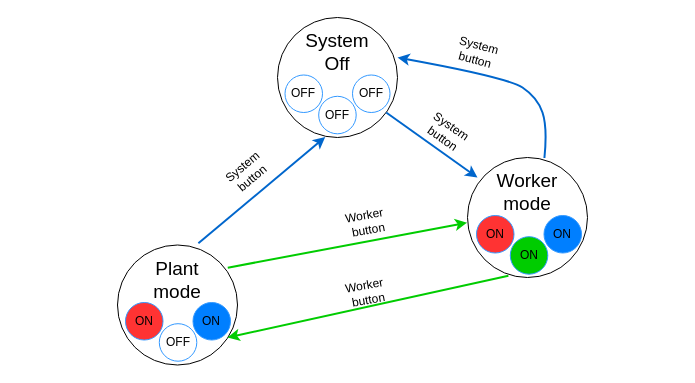
Earlier version of the draw.io diagram 2. Design Process Artifacts/Diagram_Source_Files/State_Diagram_DrawIO.drawio (Mateusz-alicante/Praxis3-PB). Source tidied: cells renumbered, new cells numbered last; positions are measured from the earlier drawing's top-left corner, leaving out a move shared by most shapes. Both pictures are drawn from the tidied source at 100%, with x=0, y=0 at pixel (117, 17).
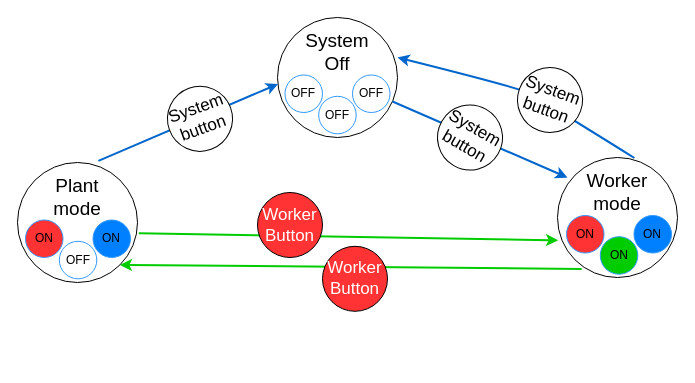
The same page after the edit.

Commit message (it also covers changes not shown here):
improved diagrams and added ed question pdf

Unchanged cells that the change refers to:
```xml
<mxCell id="2" style="ellipse;whiteSpace=wrap;html=1;" parent="1" vertex="1">
  <mxGeometry x="160" width="120" height="120" as="geometry" />
</mxCell>
```

Diff of the diagram source:
```diff
@@
     <mxCell id="8" style="ellipse;whiteSpace=wrap;html=1;" parent="1" vertex="1">
-      <mxGeometry x="350" y="140" width="120" height="120" as="geometry" />
+      <mxGeometry x="440" y="140" width="120" height="120" as="geometry" />
     </mxCell>
     <mxCell id="9" value="&lt;font style=&quot;font-size: 19px;&quot;&gt;Worker mode&lt;/font&gt;" style="text;html=1;strokeColor=none;fillColor=none;align=center;verticalAlign=middle;whiteSpace=wrap;rounded=0;" parent="1" vertex="1">
-      <mxGeometry x="375" y="160" width="70" height="30" as="geometry" />
+      <mxGeometry x="465" y="160" width="70" height="30" as="geometry" />
     </mxCell>
@@
-    <mxCell id="11" value="System button" style="text;html=1;strokeColor=none;fillColor=none;align=center;verticalAlign=middle;whiteSpace=wrap;rounded=0;rotation=35;" parent="1" vertex="1">
-      <mxGeometry x="300" y="100" width="60" height="30" as="geometry" />
-    </mxCell>
     <mxCell id="12" style="curved=1;endArrow=classic;html=1;rounded=0;exitX=0.641;exitY=0.004;exitDx=0;exitDy=0;exitPerimeter=0;entryX=1;entryY=0.333;entryDx=0;entryDy=0;entryPerimeter=0;strokeWidth=2;strokeColor=#0066CC;" parent="1" edge="1" source="8" target="2">
       <mxGeometry relative="1" as="geometry">
         <Array as="points">
-          <mxPoint x="430" y="110" />
           <mxPoint x="420" y="80" />
-          <mxPoint x="390" y="60" />
+          <mxPoint x="400" y="70" />
         </Array>
       </mxGeometry>
     </mxCell>
-    <mxCell id="13" value="System button" style="text;html=1;strokeColor=none;fillColor=none;align=center;verticalAlign=middle;whiteSpace=wrap;rounded=0;rotation=15;" parent="1" vertex="1">
-      <mxGeometry x="330" y="20" width="60" height="30" as="geometry" />
-    </mxCell>
     <mxCell id="14" style="ellipse;whiteSpace=wrap;html=1;" parent="1" vertex="1">
-      <mxGeometry y="227.5" width="120" height="120" as="geometry" />
+      <mxGeometry x="-100" y="145" width="120" height="120" as="geometry" />
     </mxCell>
     <mxCell id="15" value="&lt;font style=&quot;font-size: 19px;&quot;&gt;Plant mode&lt;/font&gt;" style="text;html=1;strokeColor=none;fillColor=none;align=center;verticalAlign=middle;whiteSpace=wrap;rounded=0;" parent="1" vertex="1">
-      <mxGeometry x="25" y="247.5" width="70" height="30" as="geometry" />
+      <mxGeometry x="-75" y="165" width="70" height="30" as="geometry" />
     </mxCell>
-    <mxCell id="16" style="endArrow=classic;html=1;rounded=0;fontSize=21;horizontal=1;entryX=0.398;entryY=0.996;entryDx=0;entryDy=0;entryPerimeter=0;fillColor=#66B2FF;fontColor=#007FFF;strokeWidth=2;strokeColor=#0066CC;exitX=0.674;exitY=-0.014;exitDx=0;exitDy=0;exitPerimeter=0;" parent="1" edge="1" source="14" target="2">
+    <mxCell id="16" style="endArrow=classic;html=1;rounded=0;fontSize=21;horizontal=1;entryX=0.005;entryY=0.554;entryDx=0;entryDy=0;entryPerimeter=0;fillColor=#66B2FF;fontColor=#007FFF;strokeWidth=2;strokeColor=#0066CC;exitX=0.674;exitY=-0.014;exitDx=0;exitDy=0;exitPerimeter=0;" parent="1" edge="1" source="14" target="2">
       <mxGeometry relative="1" as="geometry" />
     </mxCell>
-    <mxCell id="17" value="System button" style="text;html=1;strokeColor=none;fillColor=none;align=center;verticalAlign=middle;whiteSpace=wrap;rounded=0;rotation=-40;" parent="1" vertex="1">
-      <mxGeometry x="100" y="140" width="60" height="30" as="geometry" />
-    </mxCell>
-    <mxCell id="18" style="endArrow=classic;html=1;rounded=0;fontSize=21;horizontal=1;entryX=-0.003;entryY=0.543;entryDx=0;entryDy=0;entryPerimeter=0;fillColor=#66B2FF;fontColor=#007FFF;strokeWidth=2;strokeColor=#00CC00;exitX=0.919;exitY=0.189;exitDx=0;exitDy=0;exitPerimeter=0;" parent="1" edge="1" source="14" target="8">
+    <mxCell id="18" style="endArrow=classic;html=1;rounded=0;fontSize=21;horizontal=1;entryX=0.005;entryY=0.69;entryDx=0;entryDy=0;entryPerimeter=0;fillColor=#66B2FF;fontColor=#007FFF;strokeWidth=2;strokeColor=#00CC00;exitX=1.011;exitY=0.589;exitDx=0;exitDy=0;exitPerimeter=0;" parent="1" edge="1" source="14" target="8">
       <mxGeometry relative="1" as="geometry" />
     </mxCell>
-    <mxCell id="19" value="Worker&amp;nbsp;&lt;br&gt;button" style="text;html=1;strokeColor=none;fillColor=none;align=center;verticalAlign=middle;whiteSpace=wrap;rounded=0;rotation=-10;" parent="1" vertex="1">
-      <mxGeometry x="220" y="190" width="60" height="30" as="geometry" />
-    </mxCell>
-    <mxCell id="20" style="endArrow=classic;html=1;rounded=0;fontSize=21;horizontal=1;entryX=1;entryY=0.813;entryDx=0;entryDy=0;entryPerimeter=0;fillColor=#66B2FF;fontColor=#007FFF;strokeWidth=2;strokeColor=#00CC00;exitX=0.341;exitY=0.986;exitDx=0;exitDy=0;exitPerimeter=0;" parent="1" edge="1" source="8">
-      <mxGeometry relative="1" as="geometry">
-        <mxPoint x="110" y="320" as="targetPoint" />
-      </mxGeometry>
-    </mxCell>
-    <mxCell id="21" value="Worker&amp;nbsp;&lt;br&gt;button" style="text;html=1;strokeColor=none;fillColor=none;align=center;verticalAlign=middle;whiteSpace=wrap;rounded=0;rotation=-10;" parent="1" vertex="1">
-      <mxGeometry x="220" y="260" width="60" height="30" as="geometry" />
-    </mxCell>
@@
     <mxCell id="24" style="ellipse;whiteSpace=wrap;html=1;fillColor=#FF3333;strokeColor=#3399FF;fontColor=#000000;" parent="1" vertex="1">
-      <mxGeometry x="359" y="198" width="37.5" height="37.5" as="geometry" />
+      <mxGeometry x="449" y="198" width="37.5" height="37.5" as="geometry" />
     </mxCell>
     <mxCell id="25" value="ON" style="text;html=1;strokeColor=none;fillColor=none;align=center;verticalAlign=middle;whiteSpace=wrap;rounded=0;" parent="1" vertex="1">
-      <mxGeometry x="362.8" y="209.2" width="30" height="15" as="geometry" />
+      <mxGeometry x="452.8" y="209.2" width="30" height="15" as="geometry" />
     </mxCell>
     <mxCell id="26" style="ellipse;whiteSpace=wrap;html=1;fillColor=#007FFF;strokeColor=#3399FF;" parent="1" vertex="1">
-      <mxGeometry x="426.5" y="198" width="37.5" height="37.5" as="geometry" />
+      <mxGeometry x="516.5" y="198" width="37.5" height="37.5" as="geometry" />
     </mxCell>
     <mxCell id="27" value="ON" style="text;html=1;align=center;verticalAlign=middle;whiteSpace=wrap;rounded=0;fontColor=#000000;" parent="1" vertex="1">
-      <mxGeometry x="430.2" y="206.8" width="30" height="20" as="geometry" />
+      <mxGeometry x="520.2" y="206.8" width="30" height="20" as="geometry" />
     </mxCell>
     <mxCell id="28" style="ellipse;whiteSpace=wrap;html=1;fillColor=#00CC00;strokeColor=#3399FF;" parent="1" vertex="1">
-      <mxGeometry x="392.8" y="219.2" width="37.5" height="37.5" as="geometry" />
+      <mxGeometry x="482.8" y="219.2" width="37.5" height="37.5" as="geometry" />
     </mxCell>
     <mxCell id="29" value="ON" style="text;html=1;align=center;verticalAlign=middle;whiteSpace=wrap;rounded=0;fontColor=#000000;" parent="1" vertex="1">
-      <mxGeometry x="396.5" y="228" width="30" height="20" as="geometry" />
+      <mxGeometry x="486.5" y="228" width="30" height="20" as="geometry" />
     </mxCell>
     <mxCell id="30" style="ellipse;whiteSpace=wrap;html=1;fillColor=#FF3333;strokeColor=#3399FF;fontColor=#000000;" parent="1" vertex="1">
-      <mxGeometry x="8" y="285" width="37.5" height="37.5" as="geometry" />
+      <mxGeometry x="-92" y="202.5" width="37.5" height="37.5" as="geometry" />
     </mxCell>
     <mxCell id="31" value="ON" style="text;html=1;strokeColor=none;fillColor=none;align=center;verticalAlign=middle;whiteSpace=wrap;rounded=0;" parent="1" vertex="1">
-      <mxGeometry x="11.8" y="296.2" width="30" height="15" as="geometry" />
+      <mxGeometry x="-88.2" y="213.8" width="30" height="15" as="geometry" />
     </mxCell>
     <mxCell id="32" style="ellipse;whiteSpace=wrap;html=1;fillColor=#007FFF;strokeColor=#3399FF;" parent="1" vertex="1">
-      <mxGeometry x="75.5" y="285" width="37.5" height="37.5" as="geometry" />
+      <mxGeometry x="-24.5" y="202.5" width="37.5" height="37.5" as="geometry" />
     </mxCell>
     <mxCell id="33" value="ON" style="text;html=1;align=center;verticalAlign=middle;whiteSpace=wrap;rounded=0;fontColor=#000000;" parent="1" vertex="1">
-      <mxGeometry x="79.2" y="293.8" width="30" height="20" as="geometry" />
+      <mxGeometry x="-20.8" y="211.2" width="30" height="20" as="geometry" />
     </mxCell>
     <mxCell id="34" style="ellipse;whiteSpace=wrap;html=1;fillColor=none;strokeColor=#3399FF;" parent="1" vertex="1">
-      <mxGeometry x="41.8" y="306.2" width="37.5" height="37.5" as="geometry" />
+      <mxGeometry x="-58.2" y="223.8" width="37.5" height="37.5" as="geometry" />
     </mxCell>
     <mxCell id="35" value="OFF" style="text;html=1;align=center;verticalAlign=middle;whiteSpace=wrap;rounded=0;fontColor=#000000;" parent="1" vertex="1">
-      <mxGeometry x="45.5" y="315" width="30" height="20" as="geometry" />
+      <mxGeometry x="-54.5" y="232.5" width="30" height="20" as="geometry" />
     </mxCell>
+    <mxCell id="36" style="ellipse;whiteSpace=wrap;html=1;fillColor=#FFFFFF;rotation=20;strokeColor=#000000;labelBorderColor=default;" parent="1" vertex="1">
+      <mxGeometry x="400" y="50" width="65" height="65" as="geometry" />
+    </mxCell>
+    <mxCell id="37" style="endArrow=classic;html=1;rounded=0;fontSize=21;horizontal=1;fillColor=#66B2FF;fontColor=#007FFF;strokeWidth=2;strokeColor=#00CC00;exitX=0.201;exitY=0.929;exitDx=0;exitDy=0;exitPerimeter=0;entryX=1;entryY=1;entryDx=0;entryDy=0;" parent="1" edge="1" source="8" target="14">
+      <mxGeometry relative="1" as="geometry" />
+    </mxCell>
+    <mxCell id="13" value="&lt;font style=&quot;font-size: 17px;&quot;&gt;System button&lt;/font&gt;" style="text;html=1;align=center;verticalAlign=middle;whiteSpace=wrap;rounded=0;rotation=20;fontSize=17;labelBackgroundColor=none;fillColor=none;fontColor=#000000;strokeColor=none;" parent="1" vertex="1">
+      <mxGeometry x="411.2" y="73.8" width="42.5" height="17.5" as="geometry" />
+    </mxCell>
+    <mxCell id="38" style="ellipse;whiteSpace=wrap;html=1;fillColor=#FFFFFF;rotation=30;strokeColor=#000000;labelBorderColor=default;" parent="1" vertex="1">
+      <mxGeometry x="320" y="87.5" width="65" height="65" as="geometry" />
+    </mxCell>
+    <mxCell id="39" value="&lt;font style=&quot;font-size: 17px;&quot;&gt;System button&lt;/font&gt;" style="text;html=1;align=center;verticalAlign=middle;whiteSpace=wrap;rounded=0;rotation=30;fontSize=17;labelBackgroundColor=none;fillColor=none;fontColor=#000000;strokeColor=none;" parent="1" vertex="1">
+      <mxGeometry x="331.2" y="111.2" width="42.5" height="17.5" as="geometry" />
+    </mxCell>
+    <mxCell id="40" style="ellipse;whiteSpace=wrap;html=1;fillColor=#FFFFFF;rotation=340;" parent="1" vertex="1">
+      <mxGeometry x="50" y="68.8" width="65" height="65" as="geometry" />
+    </mxCell>
+    <mxCell id="41" value="&lt;font style=&quot;font-size: 17px;&quot;&gt;System button&lt;/font&gt;" style="text;html=1;align=center;verticalAlign=middle;whiteSpace=wrap;rounded=0;rotation=340;fontSize=17;labelBackgroundColor=none;fillColor=none;fontColor=#000000;strokeColor=none;" parent="1" vertex="1">
+      <mxGeometry x="61.2" y="92.5" width="42.5" height="17.5" as="geometry" />
+    </mxCell>
+    <mxCell id="42" style="ellipse;whiteSpace=wrap;html=1;fillColor=#FF3333;rotation=0;strokeColor=#000000;" parent="1" vertex="1">
+      <mxGeometry x="205" y="228.8" width="65" height="65" as="geometry" />
+    </mxCell>
+    <mxCell id="43" value="&lt;font color=&quot;#ffffff&quot; style=&quot;font-size: 17px;&quot;&gt;Worker&lt;br&gt;Button&lt;br&gt;&lt;/font&gt;" style="text;html=1;align=center;verticalAlign=middle;whiteSpace=wrap;rounded=0;rotation=0;fontSize=17;labelBackgroundColor=none;fillColor=none;fontColor=#333333;strokeColor=none;" parent="1" vertex="1">
+      <mxGeometry x="216.2" y="252.5" width="42.5" height="17.5" as="geometry" />
+    </mxCell>
+    <mxCell id="44" style="ellipse;whiteSpace=wrap;html=1;fillColor=#FF3333;rotation=0;strokeColor=#000000;" parent="1" vertex="1">
+      <mxGeometry x="140" y="175" width="65" height="65" as="geometry" />
+    </mxCell>
+    <mxCell id="45" value="&lt;font color=&quot;#ffffff&quot; style=&quot;font-size: 17px;&quot;&gt;Worker&lt;br&gt;Button&lt;br&gt;&lt;/font&gt;" style="text;html=1;align=center;verticalAlign=middle;whiteSpace=wrap;rounded=0;rotation=0;fontSize=17;labelBackgroundColor=none;fillColor=none;fontColor=#333333;strokeColor=none;" parent="1" vertex="1">
+      <mxGeometry x="151.2" y="198.8" width="42.5" height="17.5" as="geometry" />
+    </mxCell>
```
